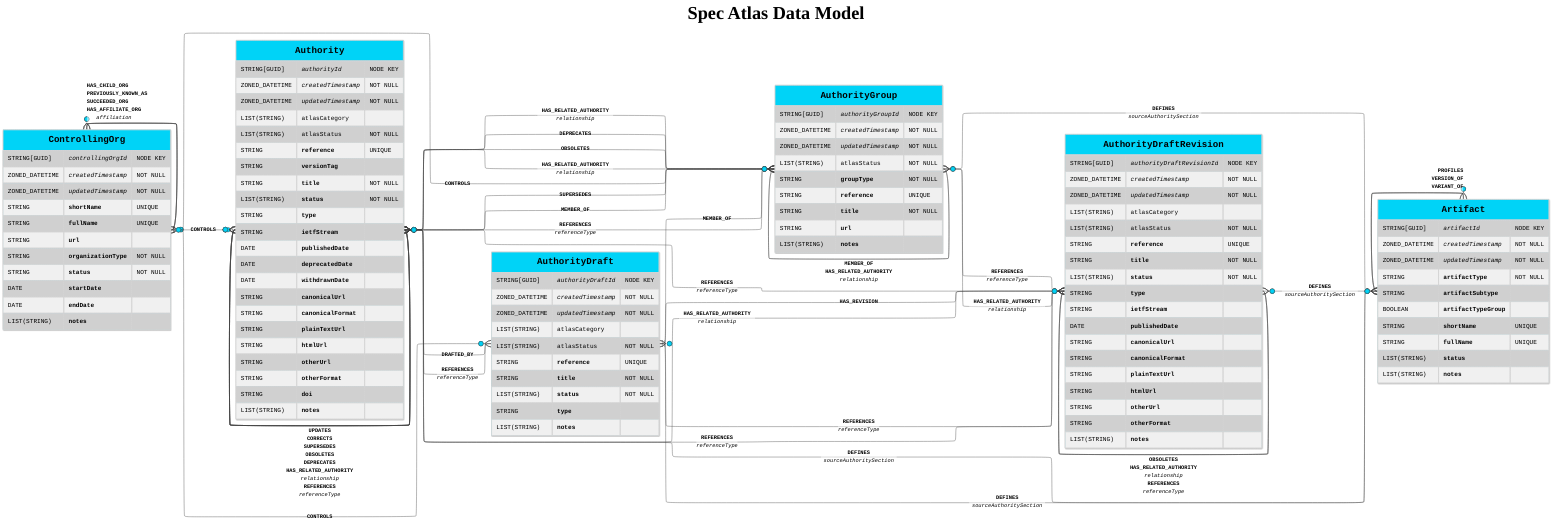
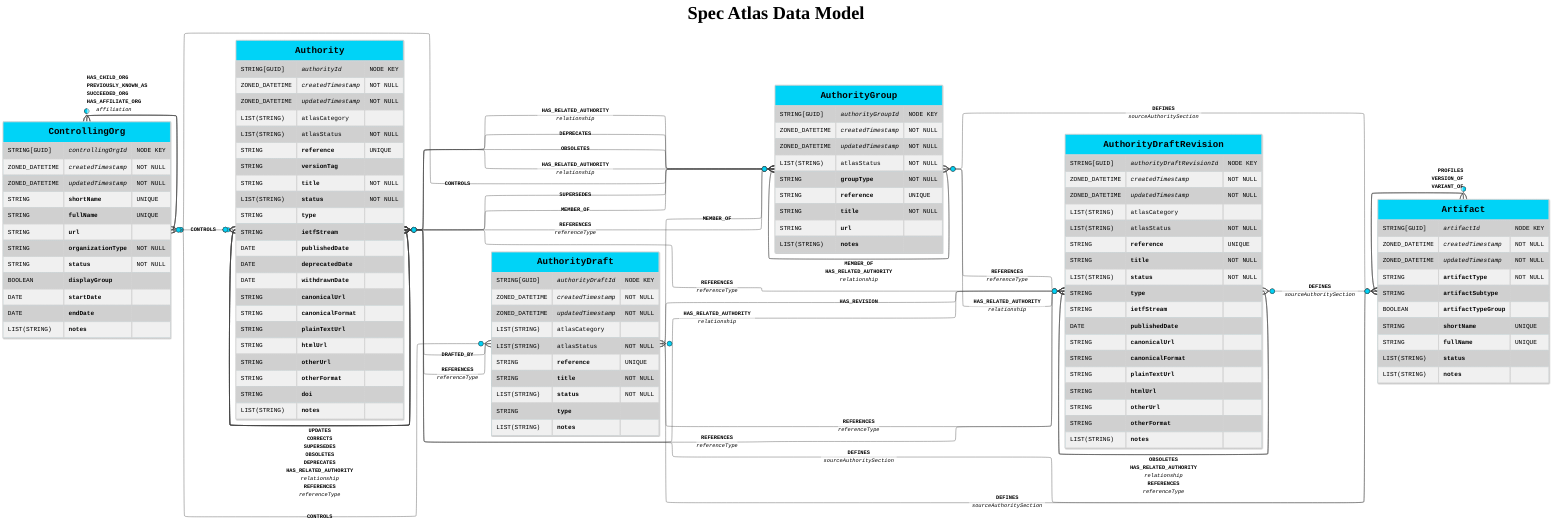
---
config:

  look:         "neo"
  theme:        "base"
  themeVariables:
    fontFamily:           "Cascadia Code, Consolas, monospace"
    fontSize:             "16px"

    background:           "#f4f4f4"
    lineColor:            "#404040"
    textColor:            "#000000"

    primaryColor:         "#00d3f7"
    primaryTextColor:     "#000000"
    primaryBorderColor:   "#d3d3d3"

    secondaryColor:       "#55ad82"
    secondaryTextColor:   "#000000"
    secondaryBorderColor: "#d3d3d3"

    tertiaryColor:        "#ffffff"     # Background color for relation label
    tertiaryTextColor:    "#000000"
    tertiaryBorderColor:  "#d3d3d3"

    noteBkgColor:         "#fff5ad"
    noteBorderColor:      "#d3d3d3"
    noteTextColor:        "#333333"

    errorBkgColor:        "#ff5050"
    errorTextColor:       "#000000"

    rowOdd:               "#d0d0d0"
    rowEven:              "#f0f0f0"

  themeCSS: |-
    .node[data-id^="entity-ControllingOrg-"] .outer-path path[stroke="none"] {
      fill: #27585b;
    }

    .node[data-id^="entity-Authority-"] .outer-path path[stroke="none"],
    .node[data-id^="entity-AuthorityGroup-"] .outer-path path[stroke="none"]{
      fill: #224597;
    }

    .node[data-id^="entity-ControllingOrg-"] .name .nodeLabel,
    .node[data-id^="entity-Authority-"] .name .nodeLabel,
    .node[data-id^="entity-AuthorityGroup-"] .name .nodeLabel{
      color: #ffffff;
    }

    .node[data-id^="entity-AuthorityDraft-"] .outer-path path[stroke="none"],
    .node[data-id^="entity-AuthorityDraftRevision-"] .outer-path path[stroke="none"]{
      fill: #00d3f7;
    }

    .node[data-id^="entity-Artifact-"] .outer-path path[stroke="none"] {
      fill: #55ad82;
    }

    .node .name .nodeLabel {
      font-size: 24px;
      font-weight: bold;
    }

    .erDiagramTitleText {
      font-family: "Arial Black";
      font-size: 48px;
      font-weight: bold;
    }

  er:
    titleTopMargin:   25      # Default: 25
    diagramPadding:   20      # Default: 20
    minEntityWidth:   200     # Default: 100
    minEntityHeight:  75      # Default: 75
    entityPadding:    15      # Default: 15
    nodeSpacing:      150     # Default: 140
    rankSpacing:      80      # Default: 80

  layout: elk

  elk:
    mergeEdges: true
    nodePlacementStrategy: NETWORK_SIMPLEX

title: "Spec Atlas Data Model"
---

erDiagram
  direction LR

  ControllingOrg            }o -- o{    ControllingOrg            : "**HAS_CHILD_ORG**"

  ControllingOrg            }o -- o{    ControllingOrg            : "**PREVIOUSLY_KNOWN_AS**"

  ControllingOrg            }o -- o{    ControllingOrg            : "**SUCCEEDED_ORG**"

  ControllingOrg            }o -- o{    ControllingOrg            : "**HAS_AFFILIATE_ORG**<br/>_affiliation_"

  ControllingOrg            |o -- o{    Authority                 : "**CONTROLS**"
  ControllingOrg            |o -- o{    AuthorityGroup            : "**CONTROLS**"
  ControllingOrg            |o -- o{    AuthorityDraft            : "**CONTROLS**"

  Authority                 }o -- o{    AuthorityGroup            : "**MEMBER_OF**"
  AuthorityGroup            }o -- o{    AuthorityGroup            : "**MEMBER_OF**"
  AuthorityDraft            }o -- o{    AuthorityGroup            : "**MEMBER_OF**"

  Authority                 }o -- o{    Authority                 : "**UPDATES**"

  Authority                 }o -- o|    Authority                 : "**CORRECTS**"

  Authority                 }o -- o{    Authority                 : "**SUPERSEDES**"
  Authority                 }o -- o{    AuthorityGroup            : "**SUPERSEDES**"

  Authority                 }o -- o{    Authority                 : "**OBSOLETES**"
  Authority                 }o -- o{    AuthorityGroup            : "**OBSOLETES**"
  AuthorityDraftRevision    }o -- o{    AuthorityDraftRevision    : "**OBSOLETES**"

  Authority                 }o -- o{    Authority                 : "**DEPRECATES**"
  Authority                 }o -- o{    AuthorityGroup            : "**DEPRECATES**"

  Authority                 }o -- o{    Authority                 : "**HAS_RELATED_AUTHORITY**<br/>_relationship_"
  Authority                 }o -- o{    AuthorityGroup            : "**HAS_RELATED_AUTHORITY**<br/>_relationship_"
  Authority                 }o -- o{    AuthorityDraftRevision    : "**HAS_RELATED_AUTHORITY**<br/>_relationship_"
  AuthorityGroup            }o -- o{    Authority                 : "**HAS_RELATED_AUTHORITY**<br/>_relationship_"
  AuthorityGroup            }o -- o{    AuthorityGroup            : "**HAS_RELATED_AUTHORITY**<br/>_relationship_"
  AuthorityGroup            }o -- o{    AuthorityDraftRevision    : "**HAS_RELATED_AUTHORITY**<br/>_relationship_"
  AuthorityDraftRevision    }o -- o{    AuthorityDraftRevision    : "**HAS_RELATED_AUTHORITY**<br/>_relationship_"

  Authority                 }o -- o{    Authority                 : "**REFERENCES**<br/>_referenceType_"
  Authority                 }o -- o{    AuthorityGroup            : "**REFERENCES**<br/>_referenceType_"
  Authority                 }o -- o{    AuthorityDraft            : "**REFERENCES**<br/>_referenceType_"
  Authority                 }o -- o{    AuthorityDraftRevision    : "**REFERENCES**<br/>_referenceType_"
  AuthorityDraftRevision    }o -- o{    Authority                 : "**REFERENCES**<br/>_referenceType_"
  AuthorityDraftRevision    }o -- o{    AuthorityGroup            : "**REFERENCES**<br/>_referenceType_"
  AuthorityDraftRevision    }o -- o{    AuthorityDraft            : "**REFERENCES**<br/>_referenceType_"
  AuthorityDraftRevision    }o -- o{    AuthorityDraftRevision    : "**REFERENCES**<br/>_referenceType_"

  Authority                 }o -- o{    AuthorityDraft            : "**DRAFTED_BY**"

  AuthorityDraft            || -- o{    AuthorityDraftRevision    : "**HAS_REVISION**"

  Authority                 }o -- o{    Artifact                  : "**DEFINES**<br/>_sourceAuthoritySection_"
  AuthorityGroup            }o -- o{    Artifact                  : "**DEFINES**<br/>_sourceAuthoritySection_"
  AuthorityDraft            }o -- o{    Artifact                  : "**DEFINES**<br/>_sourceAuthoritySection_"
  AuthorityDraftRevision    }o -- o{    Artifact                  : "**DEFINES**<br/>_sourceAuthoritySection_"

  Artifact                  }o -- o{    Artifact                  : "**PROFILES**"

  Artifact                  }o -- o{    Artifact                  : "**VERSION_OF**"

  Artifact                  }o -- o{    Artifact                  : "**VARIANT_OF**"


  %% Entity Attribute Definitions

  ControllingOrg {
    STRING[GUID]        _controllingOrgId_              "NODE KEY"
    ZONED_DATETIME      _createdTimestamp_              "NOT NULL"
    ZONED_DATETIME      _updatedTimestamp_              "NOT NULL"
    STRING              **shortName**                   "UNIQUE"
    STRING              **fullName**                    "UNIQUE"
    STRING              **url**                         ""
    STRING              **organizationType**            "NOT NULL"
    STRING              **status**                      "NOT NULL"
+     BOOLEAN             **displayGroup**                ""
    DATE                **startDate**                   ""
    DATE                **endDate**                     ""
    LIST(STRING)        **notes**                       ""
  }

  Authority {
    STRING[GUID]        _authorityId_                   "NODE KEY"
    ZONED_DATETIME      _createdTimestamp_              "NOT NULL"
    ZONED_DATETIME      _updatedTimestamp_              "NOT NULL"
    LIST(STRING)        atlasCategory                   ""
    LIST(STRING)        atlasStatus                     "NOT NULL"
    STRING              **reference**                   "UNIQUE"
    STRING              **versionTag**                  ""
    STRING              **title**                       "NOT NULL"
    LIST(STRING)        **status**                      "NOT NULL"
    STRING              **type**                        ""
    STRING              **ietfStream**                  ""
    DATE                **publishedDate**               ""
    DATE                **deprecatedDate**              ""
    DATE                **withdrawnDate**               ""
    STRING              **canonicalUrl**                ""
    STRING              **canonicalFormat**             ""
    STRING              **plainTextUrl**                ""
    STRING              **htmlUrl**                     ""
    STRING              **otherUrl**                    ""
    STRING              **otherFormat**                 ""
    STRING              **doi**                         ""
    LIST(STRING)        **notes**                       ""
  }

  AuthorityGroup {
    STRING[GUID]        _authorityGroupId_              "NODE KEY"
    ZONED_DATETIME      _createdTimestamp_              "NOT NULL"
    ZONED_DATETIME      _updatedTimestamp_              "NOT NULL"
    LIST(STRING)        atlasStatus                     "NOT NULL"
    STRING              **groupType**                   "NOT NULL"
    STRING              **reference**                   "UNIQUE"
    STRING              **title**                       "NOT NULL"
    STRING              **url**                         ""
    LIST(STRING)        **notes**                       ""
  }

  AuthorityDraft {
    STRING[GUID]        _authorityDraftId_              "NODE KEY"
    ZONED_DATETIME      _createdTimestamp_              "NOT NULL"
    ZONED_DATETIME      _updatedTimestamp_              "NOT NULL"
    LIST(STRING)        atlasCategory                   ""
    LIST(STRING)        atlasStatus                     "NOT NULL"
    STRING              **reference**                   "UNIQUE"
    STRING              **title**                       "NOT NULL"
    LIST(STRING)        **status**                      "NOT NULL"
    STRING              **type**                        ""
    LIST(STRING)        **notes**                       ""
  }

  AuthorityDraftRevision {
    STRING[GUID]        _authorityDraftRevisionId_      "NODE KEY"
    ZONED_DATETIME      _createdTimestamp_              "NOT NULL"
    ZONED_DATETIME      _updatedTimestamp_              "NOT NULL"
    LIST(STRING)        atlasCategory                   ""
    LIST(STRING)        atlasStatus                     "NOT NULL"
    STRING              **reference**                   "UNIQUE"
    STRING              **title**                       "NOT NULL"
    LIST(STRING)        **status**                      "NOT NULL"
    STRING              **type**                        ""
    STRING              **ietfStream**                  ""
    DATE                **publishedDate**               ""
    STRING              **canonicalUrl**                ""
    STRING              **canonicalFormat**             ""
    STRING              **plainTextUrl**                ""
    STRING              **htmlUrl**                     ""
    STRING              **otherUrl**                    ""
    STRING              **otherFormat**                 ""
    LIST(STRING)        **notes**                       ""
  }

  Artifact {
    STRING[GUID]        _artifactId_                    "NODE KEY"
    ZONED_DATETIME      _createdTimestamp_              "NOT NULL"
    ZONED_DATETIME      _updatedTimestamp_              "NOT NULL"
    STRING              **artifactType**                "NOT NULL"
    STRING              **artifactSubtype**             ""
    BOOLEAN             **artifactTypeGroup**           ""
    STRING              **shortName**                   "UNIQUE"
    STRING              **fullName**                    "UNIQUE"
    LIST(STRING)        **status**                      ""
    LIST(STRING)        **notes**                       ""
  }
